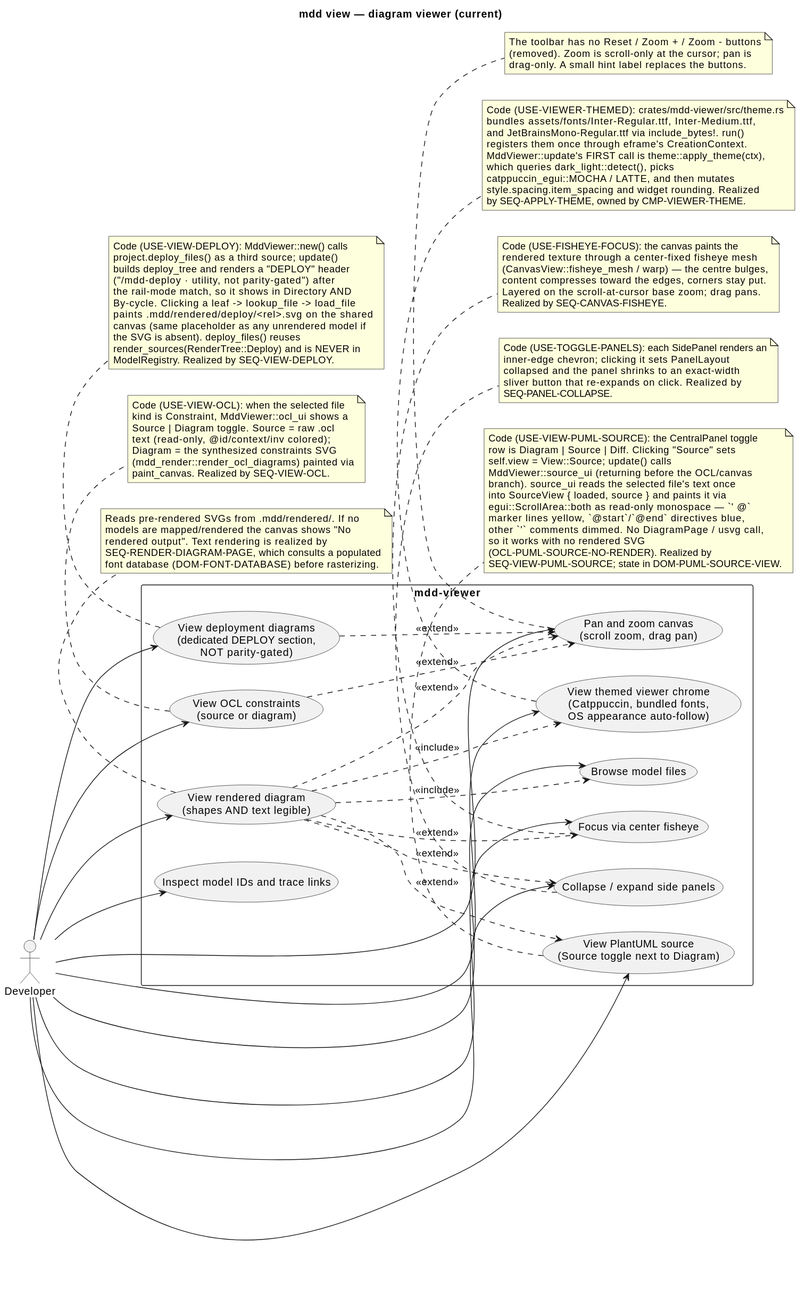
Before: .mdd/rendered/models/current/use-cases/diagram-viewer.svg, a diagram exported from PlantUML (cthadeufaria/model-driven-development).
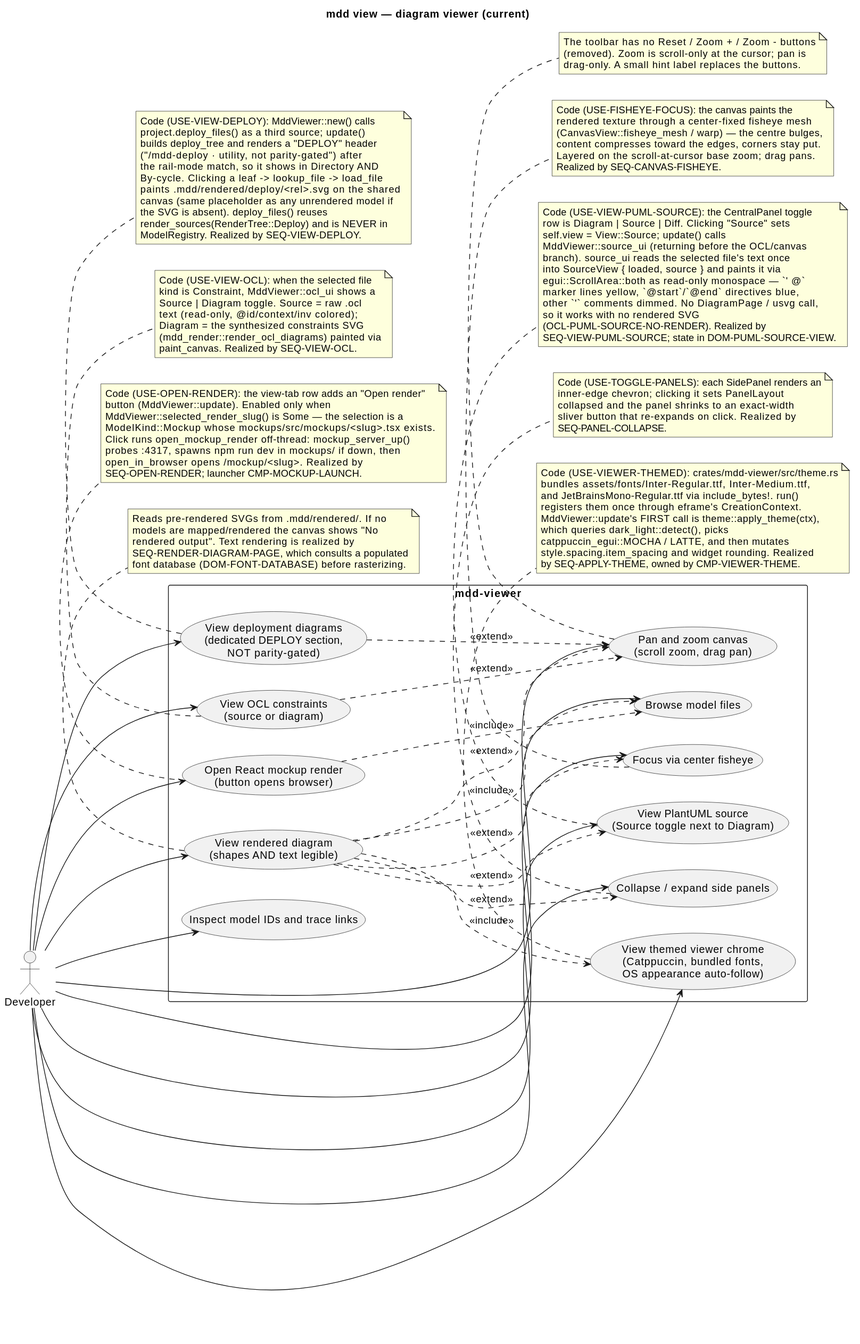
Later version of the same file.

Diff of the diagram source:
```diff
@@ -16,6 +16,7 @@
   usecase "View deployment diagrams\n(dedicated DEPLOY section,\nNOT parity-gated)" as ViewDeploy
   usecase "View themed viewer chrome\n(Catppuccin, bundled fonts,\nOS appearance auto-follow)" as Themed
   usecase "View PlantUML source\n(Source toggle next to Diagram)" as ViewSource
+  usecase "Open React mockup render\n(button opens browser)" as OpenRender
 }
 
 Dev --> View
@@ -28,6 +29,7 @@
 Dev --> ViewDeploy
 Dev --> Themed
 Dev --> ViewSource
+Dev --> OpenRender
 
 View ..> Browse : <<include>>
 View ..> PanZoom : <<extend>>
@@ -37,6 +39,18 @@
 View ..> ViewSource : <<extend>>
 ViewOcl ..> PanZoom : <<extend>>
 ViewDeploy ..> PanZoom : <<extend>>
+OpenRender ..> Browse : <<include>>
+
+note bottom of OpenRender
+  Code (USE-OPEN-RENDER): the view-tab row adds an "Open render"
+  button (MddViewer::update). Enabled only when
+  MddViewer::selected_render_slug() is Some — the selection is a
+  ModelKind::Mockup whose mockups/src/mockups/<slug>.tsx exists.
+  Click runs open_mockup_render off-thread: mockup_server_up()
+  probes :4317, spawns npm run dev in mockups/ if down, then
+  open_in_browser opens /mockup/<slug>. Realized by
+  SEQ-OPEN-RENDER; launcher CMP-MOCKUP-LAUNCH.
+end note
 
 note bottom of ViewOcl
   Code (USE-VIEW-OCL): when the selected file
```
